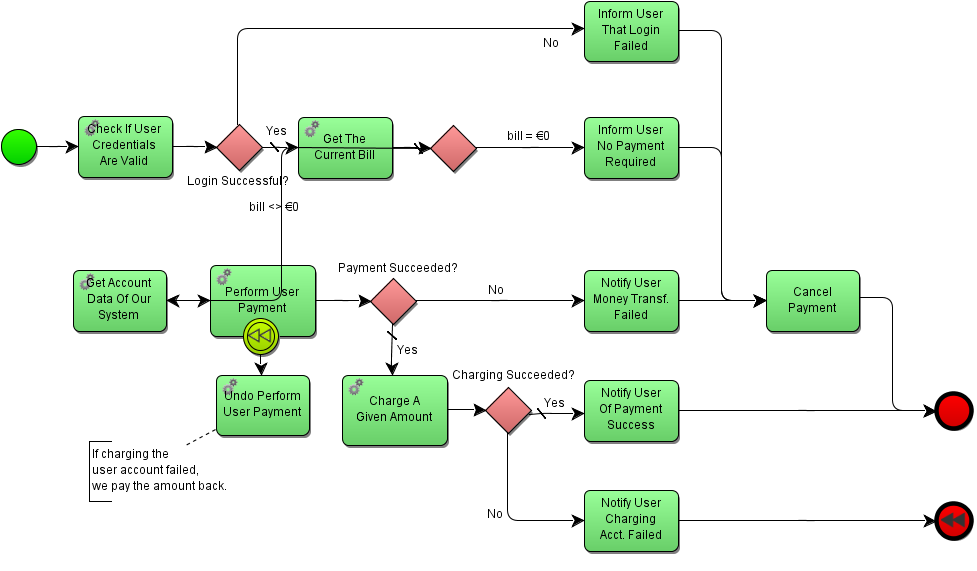
Earlier version of the BPMN export BPMN/PayCurrentBill.png (bipson/aic1-2). Its source is kept beside it as BPMN/PayCurrentBill.bpmn. Ids are renumbered.
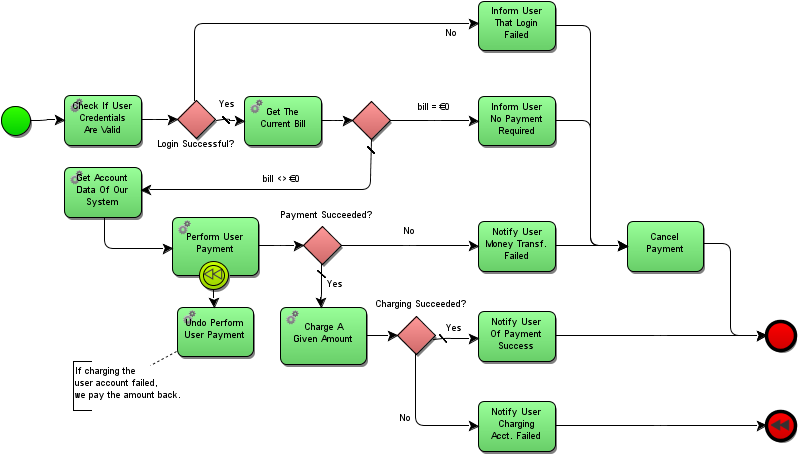
Later version of the same file.

Commit message:
Edited layout of PayCurrentBill BPMN file because Yaoqiang messes up an arrow.

The edit, as a diff of the source:
```diff
@@ -63,7 +63,10 @@
       <incoming>_40</incoming>
       <compensateEventDefinition id="_33_ED_1" waitForCompletion="true"/>
     </endEvent>
-    <task completionQuantity="1" id="_37" isForCompensation="false" name="Notify User&#10;Charging&#10;Acct. Failed" startQuantity="1"/>
+    <task completionQuantity="1" id="_37" isForCompensation="false" name="Notify User&#10;Charging&#10;Acct. Failed" startQuantity="1">
+      <incoming>_51</incoming>
+      <outgoing>_40</outgoing>
+    </task>
     <sequenceFlow id="_40" sourceRef="_37" targetRef="_33"/>
     <endEvent id="_44" name="End Event">
       <extensionElements>
@@ -112,7 +115,10 @@
     <sequenceFlow id="_35" sourceRef="_11" targetRef="_15"/>
     <sequenceFlow id="_12" name="bill &lt;&gt; €0" sourceRef="_6" targetRef="_9"/>
     <sequenceFlow id="_13" sourceRef="_9" targetRef="_20"/>
-    <task completionQuantity="1" id="_14" isForCompensation="false" name="Notify User&#10; Money Transf.&#10;Failed" startQuantity="1"/>
+    <task completionQuantity="1" id="_14" isForCompensation="false" name="Notify User&#10; Money Transf.&#10;Failed" startQuantity="1">
+      <incoming>_19</incoming>
+      <outgoing>_21</outgoing>
+    </task>
     <sequenceFlow id="_19" name="No" sourceRef="_42" targetRef="_14"/>
     <sequenceFlow id="_21" sourceRef="_14" targetRef="_15"/>
     <sequenceFlow id="_22" name="Yes" sourceRef="_42" targetRef="_18"/>
@@ -139,7 +145,7 @@
         </bpmndi:BPMNLabel>
       </bpmndi:BPMNShape>
       <bpmndi:BPMNShape bpmnElement="_5" id="Yaoqiang-_5" isMarkerVisible="false">
-        <dc:Bounds height="42.0" width="42.0" x="175.0" y="117.0"/>
+        <dc:Bounds height="42.0" width="42.0" x="175.0" y="116.0"/>
         <bpmndi:BPMNLabel>
           <dc:Bounds height="42.0" width="42.0" x="0.0" y="0.0"/>
         </bpmndi:BPMNLabel>
@@ -151,7 +157,7 @@
         </bpmndi:BPMNLabel>
       </bpmndi:BPMNShape>
       <bpmndi:BPMNShape bpmnElement="_9" id="Yaoqiang-_9">
-        <dc:Bounds height="55.0" width="85.0" x="45.0" y="250.0"/>
+        <dc:Bounds height="55.0" width="85.0" x="50.0" y="190.0"/>
         <bpmndi:BPMNLabel>
           <dc:Bounds height="55.0" width="85.0" x="0.0" y="0.0"/>
         </bpmndi:BPMNLabel>
@@ -193,7 +199,7 @@
         </bpmndi:BPMNLabel>
       </bpmndi:BPMNShape>
       <bpmndi:BPMNShape bpmnElement="_33" id="Yaoqiang-_33">
-        <dc:Bounds height="32.0" width="32.0" x="830.0" y="462.0"/>
+        <dc:Bounds height="32.0" width="32.0" x="830.0" y="461.0"/>
         <bpmndi:BPMNLabel>
           <dc:Bounds height="32.0" width="32.0" x="0.0" y="0.0"/>
         </bpmndi:BPMNLabel>
@@ -205,7 +211,7 @@
         </bpmndi:BPMNLabel>
       </bpmndi:BPMNShape>
       <bpmndi:BPMNShape bpmnElement="_44" id="Yaoqiang-_44">
-        <dc:Bounds height="32.0" width="32.0" x="830.0" y="362.0"/>
+        <dc:Bounds height="32.0" width="32.0" x="830.0" y="361.0"/>
         <bpmndi:BPMNLabel>
           <dc:Bounds height="32.0" width="32.0" x="0.0" y="0.0"/>
         </bpmndi:BPMNLabel>
@@ -223,7 +229,7 @@
         </bpmndi:BPMNLabel>
       </bpmndi:BPMNShape>
       <bpmndi:BPMNShape bpmnElement="_42" id="Yaoqiang-_42" isMarkerVisible="false">
-        <dc:Bounds height="42.0" width="42.0" x="315.0" y="257.0"/>
+        <dc:Bounds height="42.0" width="42.0" x="315.0" y="256.0"/>
         <bpmndi:BPMNLabel>
           <dc:Bounds height="42.0" width="42.0" x="5.0" y="-61.0"/>
         </bpmndi:BPMNLabel>
@@ -235,7 +241,7 @@
         </bpmndi:BPMNLabel>
       </bpmndi:BPMNShape>
       <bpmndi:BPMNShape bpmnElement="_6" id="Yaoqiang-_6" isMarkerVisible="false">
-        <dc:Bounds height="42.0" width="42.0" x="370.0" y="118.0"/>
+        <dc:Bounds height="42.0" width="42.0" x="370.0" y="117.0"/>
         <bpmndi:BPMNLabel>
           <dc:Bounds height="42.0" width="42.0" x="0.0" y="0.0"/>
         </bpmndi:BPMNLabel>
@@ -253,161 +259,162 @@
         </bpmndi:BPMNLabel>
       </bpmndi:BPMNShape>
       <bpmndi:BPMNEdge bpmnElement="_29" id="Yaoqiang-_29" sourceElement="_2" targetElement="_25">
-        <di:waypoint x="11.770389438617855" y="138.0"/>
-        <di:waypoint x="49.95454545454555" y="137.49999999999997"/>
+        <di:waypoint x="11.718773577262368" y="138.00000000000003"/>
+        <di:waypoint x="49.50000000000003" y="137.5"/>
         <bpmndi:BPMNLabel>
           <dc:Bounds height="0.0" width="0.0" x="0.0" y="0.0"/>
         </bpmndi:BPMNLabel>
       </bpmndi:BPMNEdge>
       <bpmndi:BPMNEdge bpmnElement="_24" id="Yaoqiang-_24" sourceElement="_34" targetElement="_45">
-        <di:waypoint x="459.0454545454545" y="380.0"/>
+        <di:waypoint x="458.3888888888889" y="380.0"/>
         <di:waypoint x="480.0" y="380.0"/>
-        <di:waypoint x="509.9545454545455" y="380.0"/>
+        <di:waypoint x="509.5" y="380.0"/>
         <bpmndi:BPMNLabel>
           <dc:Bounds height="0.0" width="-1.0" x="0.0" y="7.0"/>
         </bpmndi:BPMNLabel>
       </bpmndi:BPMNEdge>
       <bpmndi:BPMNEdge bpmnElement="_22" id="Yaoqiang-_22" sourceElement="_42" targetElement="_18">
-        <di:waypoint x="335.0" y="297.77272727272714"/>
+        <di:waypoint x="335.0" y="296.6111111111111"/>
         <di:waypoint x="335.0" y="340.0"/>
-        <di:waypoint x="335.0" y="345.45454545454544"/>
+        <di:waypoint x="335.0" y="345.55555555555554"/>
         <bpmndi:BPMNLabel>
           <dc:Bounds height="3.0" width="0.0" x="0.0" y="15.0"/>
         </bpmndi:BPMNLabel>
       </bpmndi:BPMNEdge>
       <bpmndi:BPMNEdge bpmnElement="_21" id="Yaoqiang-_21" sourceElement="_14" targetElement="_15">
-        <di:waypoint x="595.409090909091" y="277.5"/>
-        <di:waypoint x="675.409090909091" y="277.5"/>
+        <di:waypoint x="595.0555555555555" y="277.5"/>
+        <di:waypoint x="675.0555555555555" y="277.5"/>
         <bpmndi:BPMNLabel>
           <dc:Bounds height="0.0" width="0.0" x="0.0" y="0.0"/>
         </bpmndi:BPMNLabel>
       </bpmndi:BPMNEdge>
       <bpmndi:BPMNEdge bpmnElement="_51" id="Yaoqiang-_51" sourceElement="_34" targetElement="_37">
-        <di:waypoint x="440.0" y="397.31818181818176"/>
+        <di:waypoint x="440.0" y="397.16666666666663"/>
         <di:waypoint x="440.0" y="430.0"/>
-        <di:waypoint x="509.9545454545455" y="477.5"/>
+        <di:waypoint x="509.5" y="477.5"/>
         <bpmndi:BPMNLabel>
           <dc:Bounds height="1.0" width="0.0" x="0.0" y="-11.0"/>
         </bpmndi:BPMNLabel>
       </bpmndi:BPMNEdge>
+      <bpmndi:BPMNEdge bpmnElement="_8" id="Yaoqiang-_8" sourceElement="_5" targetElement="_7">
+        <di:waypoint x="195.0" y="116.72222222222226"/>
+        <di:waypoint x="195.0" y="30.0"/>
+        <di:waypoint x="509.5" y="30.0"/>
+        <bpmndi:BPMNLabel>
+          <dc:Bounds height="0.0" width="-30.0" x="1.0" y="-15.0"/>
+        </bpmndi:BPMNLabel>
+      </bpmndi:BPMNEdge>
       <bpmndi:BPMNEdge bpmnElement="_19" id="Yaoqiang-_19" sourceElement="_42" targetElement="_14">
-        <di:waypoint x="357.0454545454547" y="278.00000000000006"/>
-        <di:waypoint x="509.9545454545455" y="277.5"/>
+        <di:waypoint x="356.94444444444446" y="277.0"/>
+        <di:waypoint x="509.5" y="277.5"/>
         <bpmndi:BPMNLabel>
           <dc:Bounds height="-8.0" width="0.0" x="0.0" y="3.0"/>
         </bpmndi:BPMNLabel>
       </bpmndi:BPMNEdge>
-      <bpmndi:BPMNEdge bpmnElement="_8" id="Yaoqiang-_8" sourceElement="_5" targetElement="_7">
-        <di:waypoint x="195.0" y="118.59090909090918"/>
-        <di:waypoint x="195.0" y="30.0"/>
-        <di:waypoint x="509.9545454545455" y="30.0"/>
-        <bpmndi:BPMNLabel>
-          <dc:Bounds height="0.0" width="-30.0" x="1.0" y="-15.0"/>
-        </bpmndi:BPMNLabel>
-      </bpmndi:BPMNEdge>
       <bpmndi:BPMNEdge bpmnElement="_17" id="Yaoqiang-_17" sourceElement="_7" targetElement="_15">
-        <di:waypoint x="595.409090909091" y="32.5"/>
-        <di:waypoint x="675.409090909091" y="277.5"/>
+        <di:waypoint x="595.0555555555555" y="32.5"/>
+        <di:waypoint x="675.0555555555555" y="277.5"/>
         <bpmndi:BPMNLabel>
           <dc:Bounds height="0.0" width="0.0" x="0.0" y="0.0"/>
         </bpmndi:BPMNLabel>
       </bpmndi:BPMNEdge>
       <bpmndi:BPMNEdge bpmnElement="_49" id="Yaoqiang-_49" sourceElement="_23" targetElement="_28">
-        <di:waypoint x="215.99999999999994" y="326.3630352394225"/>
-        <di:waypoint x="215.99999999999994" y="345.45454545454544"/>
-        <bpmndi:BPMNLabel>
-          <dc:Bounds height="0.0" width="0.0" x="0.0" y="0.0"/>
-        </bpmndi:BPMNLabel>
-      </bpmndi:BPMNEdge>
-      <bpmndi:BPMNEdge bpmnElement="_48" id="Yaoqiang-_48" sourceElement="_15" targetElement="_44">
-        <di:waypoint x="759.9545454545455" y="275.0"/>
-        <di:waypoint x="790.0" y="275.0"/>
-        <di:waypoint x="829.956883288655" y="378.0"/>
+        <di:waypoint x="216.0" y="325.5510232530596"/>
+        <di:waypoint x="216.0" y="345.55555555555554"/>
         <bpmndi:BPMNLabel>
           <dc:Bounds height="0.0" width="0.0" x="0.0" y="0.0"/>
         </bpmndi:BPMNLabel>
       </bpmndi:BPMNEdge>
       <bpmndi:BPMNEdge bpmnElement="_16" id="Yaoqiang-_16" sourceElement="_6" targetElement="_11">
-        <di:waypoint x="411.68181818181824" y="139.0"/>
-        <di:waypoint x="509.9545454545455" y="138.5"/>
+        <di:waypoint x="411.5" y="138.00000000000003"/>
+        <di:waypoint x="509.5" y="138.5"/>
         <bpmndi:BPMNLabel>
           <dc:Bounds height="-9.0" width="0.0" x="0.0" y="1.0"/>
         </bpmndi:BPMNLabel>
       </bpmndi:BPMNEdge>
-      <bpmndi:BPMNEdge bpmnElement="_47" id="Yaoqiang-_47" sourceElement="_45" targetElement="_44">
-        <di:waypoint x="595.409090909091" y="377.5"/>
-        <di:waypoint x="829.956883288655" y="378.0"/>
+      <bpmndi:BPMNEdge bpmnElement="_48" id="Yaoqiang-_48" sourceElement="_15" targetElement="_44">
+        <di:waypoint x="759.5" y="275.0"/>
+        <di:waypoint x="790.0" y="275.0"/>
+        <di:waypoint x="829.5015326399495" y="377.0"/>
         <bpmndi:BPMNLabel>
           <dc:Bounds height="0.0" width="0.0" x="0.0" y="0.0"/>
         </bpmndi:BPMNLabel>
       </bpmndi:BPMNEdge>
       <bpmndi:BPMNEdge bpmnElement="_4" id="Yaoqiang-_4" sourceElement="_5" targetElement="_3">
-        <di:waypoint x="217.04545454545462" y="138.0"/>
-        <di:waypoint x="249.95454545454555" y="138.5"/>
+        <di:waypoint x="216.94444444444446" y="137.0"/>
+        <di:waypoint x="249.50000000000006" y="138.5"/>
         <bpmndi:BPMNLabel>
           <dc:Bounds height="-13.0" width="-16.0" x="0.0" y="13.0"/>
         </bpmndi:BPMNLabel>
       </bpmndi:BPMNEdge>
+      <bpmndi:BPMNEdge bpmnElement="_47" id="Yaoqiang-_47" sourceElement="_45" targetElement="_44">
+        <di:waypoint x="595.0555555555555" y="377.5"/>
+        <di:waypoint x="829.5015326399495" y="377.0"/>
+        <bpmndi:BPMNLabel>
+          <dc:Bounds height="0.0" width="0.0" x="0.0" y="0.0"/>
+        </bpmndi:BPMNLabel>
+      </bpmndi:BPMNEdge>
       <bpmndi:BPMNEdge bpmnElement="_13" id="Yaoqiang-_13" sourceElement="_9" targetElement="_20">
-        <di:waypoint x="129.95454545454555" y="277.5"/>
-        <di:waypoint x="169.95454545454552" y="277.5"/>
+        <di:waypoint x="95.0" y="245.55555555555554"/>
+        <di:waypoint x="95.0" y="280.0"/>
+        <di:waypoint x="169.50000000000003" y="280.0"/>
         <bpmndi:BPMNLabel>
           <dc:Bounds height="0.0" width="0.0" x="0.0" y="0.0"/>
         </bpmndi:BPMNLabel>
       </bpmndi:BPMNEdge>
       <bpmndi:BPMNEdge bpmnElement="_12" id="Yaoqiang-_12" sourceElement="_6" targetElement="_9">
-        <di:waypoint x="391.0" y="159.86363636363643"/>
-        <di:waypoint x="235.0" y="215.0"/>
-        <di:waypoint x="87.5" y="250.0"/>
+        <di:waypoint x="390.0" y="158.27777777777777"/>
+        <di:waypoint x="390.0" y="215.0"/>
+        <di:waypoint x="135.0555555555556" y="215.0"/>
         <bpmndi:BPMNLabel>
           <dc:Bounds height="1.0" width="1.0" x="0.0" y="-8.0"/>
         </bpmndi:BPMNLabel>
       </bpmndi:BPMNEdge>
       <bpmndi:BPMNEdge bpmnElement="_43" id="Yaoqiang-_43" sourceElement="_20" targetElement="_42">
-        <di:waypoint x="265.409090909091" y="277.5"/>
-        <di:waypoint x="315.5909090909091" y="278.00000000000006"/>
+        <di:waypoint x="265.0555555555556" y="277.5"/>
+        <di:waypoint x="315.3888888888889" y="277.0"/>
         <bpmndi:BPMNLabel>
           <dc:Bounds height="0.0" width="0.0" x="0.0" y="0.0"/>
         </bpmndi:BPMNLabel>
       </bpmndi:BPMNEdge>
       <bpmndi:BPMNEdge bpmnElement="_10" id="Yaoqiang-_10" sourceElement="_3" targetElement="_6">
-        <di:waypoint x="335.409090909091" y="138.5"/>
-        <di:waypoint x="370.0454545454546" y="139.0"/>
+        <di:waypoint x="335.0555555555556" y="138.5"/>
+        <di:waypoint x="369.7222222222223" y="138.00000000000003"/>
         <bpmndi:BPMNLabel>
           <dc:Bounds height="0.0" width="0.0" x="0.0" y="0.0"/>
         </bpmndi:BPMNLabel>
       </bpmndi:BPMNEdge>
       <bpmndi:BPMNEdge bpmnElement="_40" id="Yaoqiang-_40" sourceElement="_37" targetElement="_33">
-        <di:waypoint x="595.409090909091" y="477.5"/>
-        <di:waypoint x="829.956883288655" y="478.0"/>
+        <di:waypoint x="595.0555555555555" y="477.5"/>
+        <di:waypoint x="829.5015326399495" y="477.0"/>
         <bpmndi:BPMNLabel>
           <dc:Bounds height="0.0" width="0.0" x="0.0" y="0.0"/>
         </bpmndi:BPMNLabel>
       </bpmndi:BPMNEdge>
       <bpmndi:BPMNEdge bpmnElement="_36" id="Yaoqiang-_36" sourceElement="_18" targetElement="_34">
-        <di:waypoint x="385.409090909091" y="377.0"/>
-        <di:waypoint x="420.22727272727275" y="377.0"/>
+        <di:waypoint x="385.0555555555556" y="377.0"/>
+        <di:waypoint x="419.83333333333337" y="377.0"/>
         <bpmndi:BPMNLabel>
           <dc:Bounds height="0.0" width="0.0" x="0.0" y="0.0"/>
         </bpmndi:BPMNLabel>
       </bpmndi:BPMNEdge>
       <bpmndi:BPMNEdge bpmnElement="_35" id="Yaoqiang-_35" sourceElement="_11" targetElement="_15">
-        <di:waypoint x="595.409090909091" y="138.5"/>
-        <di:waypoint x="675.409090909091" y="277.5"/>
+        <di:waypoint x="595.0555555555555" y="138.5"/>
+        <di:waypoint x="675.0555555555555" y="277.5"/>
         <bpmndi:BPMNLabel>
           <dc:Bounds height="0.0" width="0.0" x="0.0" y="0.0"/>
         </bpmndi:BPMNLabel>
       </bpmndi:BPMNEdge>
       <bpmndi:BPMNEdge bpmnElement="_32" id="Yaoqiang-_32" sourceElement="_25" targetElement="_5">
-        <di:waypoint x="135.409090909091" y="137.49999999999997"/>
-        <di:waypoint x="175.59090909090915" y="138.0"/>
+        <di:waypoint x="135.0555555555556" y="137.5"/>
+        <di:waypoint x="175.38888888888894" y="137.0"/>
         <bpmndi:BPMNLabel>
           <dc:Bounds height="0.0" width="0.0" x="0.0" y="0.0"/>
         </bpmndi:BPMNLabel>
       </bpmndi:BPMNEdge>
       <bpmndi:BPMNEdge bpmnElement="_31" id="Yaoqiang-_31" sourceElement="_28" targetElement="_30">
-        <di:waypoint x="175.409090909091" y="394.71249264934556"/>
-        <di:waypoint x="145.409090909091" y="410.31490678759087"/>
+        <di:waypoint x="175.0555555555556" y="394.7716374485902"/>
+        <di:waypoint x="145.0555555555556" y="410.3988535304832"/>
         <bpmndi:BPMNLabel>
           <dc:Bounds height="0.0" width="0.0" x="0.0" y="0.0"/>
         </bpmndi:BPMNLabel>
```
